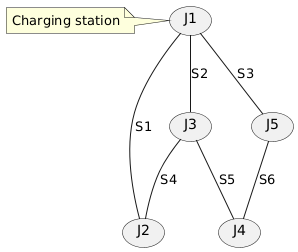
This is doc/diagrams/streets-graph.png from Ventus218/SAP-assignment-03, a PlantUML export, as it was before one commit.
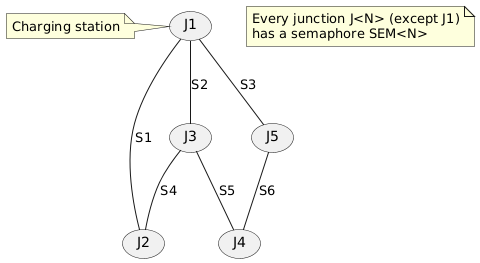
The same file after the commit.

Commit message:
Automatically generated PlantUML diagrams

Diff of the diagram source:
```diff
@@ -14,4 +14,9 @@
     Charging station
 end note
 
+note as N
+    Every junction J<N> (except J1)
+    has a semaphore SEM<N>
+end note
+
 @enduml
```
